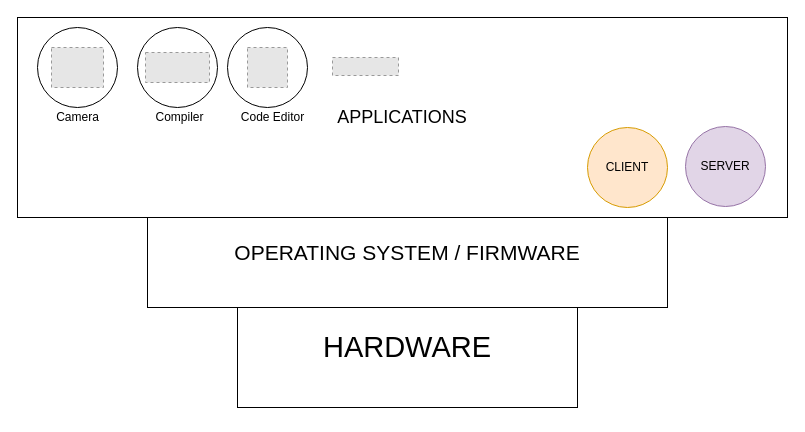
Above: page "Page-1" (1 of 2) of docs/imgs/draw.io.drawio in tejaswigowda/book.programmingthecloud.com (draw.io), before the change. Source tidied: cells renumbered, new cells numbered last; positions are measured from the earlier drawing's top-left corner, leaving out a move shared by most shapes. Both pictures are drawn from the tidied source at 100%, with x=0, y=0 at pixel (17, 17). Pictures stored in the file or linked from it are replaced by grey dashed boxes.
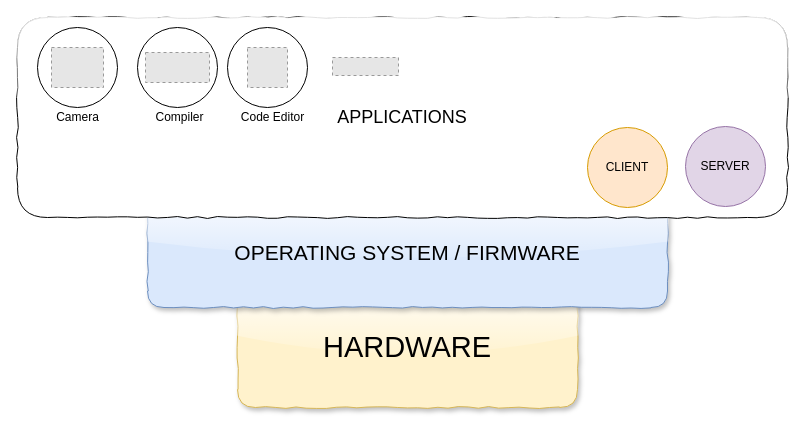
The same diagram, later.

The edit, as a diff of the source:
```diff
@@
 <mxGraphModel>
   <root>
     <mxCell id="0" />
     <mxCell id="1" parent="0" />
-    <mxCell id="2" value="&lt;font style=&quot;font-size: 29px&quot;&gt;HARDWARE&lt;/font&gt;" style="rounded=0;whiteSpace=wrap;html=1;" parent="1" vertex="1">
+    <mxCell id="2" value="&lt;font style=&quot;font-size: 29px&quot;&gt;HARDWARE&lt;/font&gt;" style="rounded=1;whiteSpace=wrap;html=1;glass=1;shadow=1;comic=1;fillColor=#fff2cc;strokeColor=#d6b656;" parent="1" vertex="1">
       <mxGeometry x="220" y="270" width="340" height="120" as="geometry" />
     </mxCell>
-    <mxCell id="3" value="&lt;font style=&quot;font-size: 21px&quot;&gt;OPERATING SYSTEM / FIRMWARE&lt;/font&gt;" style="rounded=0;whiteSpace=wrap;html=1;" parent="1" vertex="1">
+    <mxCell id="3" value="&lt;font style=&quot;font-size: 21px&quot;&gt;OPERATING SYSTEM / FIRMWARE&lt;/font&gt;" style="rounded=1;whiteSpace=wrap;html=1;glass=1;comic=1;shadow=1;fillColor=#dae8fc;strokeColor=#6c8ebf;" parent="1" vertex="1">
       <mxGeometry x="130" y="180" width="520" height="110" as="geometry" />
     </mxCell>
-    <mxCell id="4" value="&lt;font style=&quot;font-size: 18px&quot;&gt;APPLICATIONS&lt;/font&gt;" style="rounded=0;whiteSpace=wrap;html=1;" parent="1" vertex="1">
+    <mxCell id="4" value="&lt;font style=&quot;font-size: 18px&quot;&gt;APPLICATIONS&lt;/font&gt;" style="rounded=1;whiteSpace=wrap;html=1;glass=1;comic=1;" parent="1" vertex="1">
       <mxGeometry width="770" height="200" as="geometry" />
     </mxCell>
     <mxCell id="5" style="ellipse;whiteSpace=wrap;html=1;" parent="1" vertex="1">
       <mxGeometry x="20" y="10" width="80" height="80" as="geometry" />
     </mxCell>
     <mxCell id="6" style="ellipse;whiteSpace=wrap;html=1;" parent="1" vertex="1">
       <mxGeometry x="120" y="10" width="80" height="80" as="geometry" />
     </mxCell>
     <mxCell id="7" style="ellipse;whiteSpace=wrap;html=1;" parent="1" vertex="1">
       <mxGeometry x="210" y="10" width="80" height="80" as="geometry" />
     </mxCell>
     <mxCell id="8" style="fillColor=#E6E6E6;strokeColor=#999999;dashed=1;verticalLabelPosition=bottom;labelBackgroundColor=#ffffff;verticalAlign=top;" parent="1" vertex="1">
       <mxGeometry x="34" y="30" width="52" height="40" as="geometry" />
     </mxCell>
     <mxCell id="9" style="fillColor=#E6E6E6;strokeColor=#999999;dashed=1;verticalLabelPosition=bottom;labelBackgroundColor=#ffffff;verticalAlign=top;" parent="1" vertex="1">
       <mxGeometry x="230" y="30" width="40" height="40" as="geometry" />
     </mxCell>
     <mxCell id="10" style="fillColor=#E6E6E6;strokeColor=#999999;dashed=1;verticalLabelPosition=bottom;labelBackgroundColor=#ffffff;verticalAlign=top;" parent="1" vertex="1">
       <mxGeometry x="128" y="35" width="64" height="30" as="geometry" />
     </mxCell>
     <mxCell id="11" value="Compiler" style="text;html=1;align=center;verticalAlign=top;spacingTop=-4;" parent="1" vertex="1">
       <mxGeometry x="132" y="90" width="60" height="20" as="geometry" />
     </mxCell>
     <mxCell id="12" style="fillColor=#E6E6E6;strokeColor=#999999;dashed=1;verticalLabelPosition=bottom;labelBackgroundColor=#ffffff;verticalAlign=top;" parent="1" vertex="1">
       <mxGeometry x="315" y="40" width="66" height="18" as="geometry" />
     </mxCell>
     <mxCell id="13" value="Code Editor" style="text;html=1;align=center;verticalAlign=top;spacingTop=-4;" parent="1" vertex="1">
       <mxGeometry x="215" y="90" width="80" height="20" as="geometry" />
     </mxCell>
     <mxCell id="14" value="Camera" style="text;html=1;align=center;verticalAlign=top;spacingTop=-4;" parent="1" vertex="1">
       <mxGeometry x="30" y="90" width="60" height="20" as="geometry" />
     </mxCell>
     <mxCell id="15" value="CLIENT" style="ellipse;whiteSpace=wrap;html=1;fillColor=#ffe6cc;strokeColor=#d79b00;" parent="1" vertex="1">
       <mxGeometry x="570" y="110" width="80" height="80" as="geometry" />
     </mxCell>
     <mxCell id="16" value="SERVER" style="ellipse;whiteSpace=wrap;html=1;fillColor=#e1d5e7;strokeColor=#9673a6;" parent="1" vertex="1">
       <mxGeometry x="668" y="109" width="80" height="80" as="geometry" />
     </mxCell>
   </root>
 </mxGraphModel>
```
